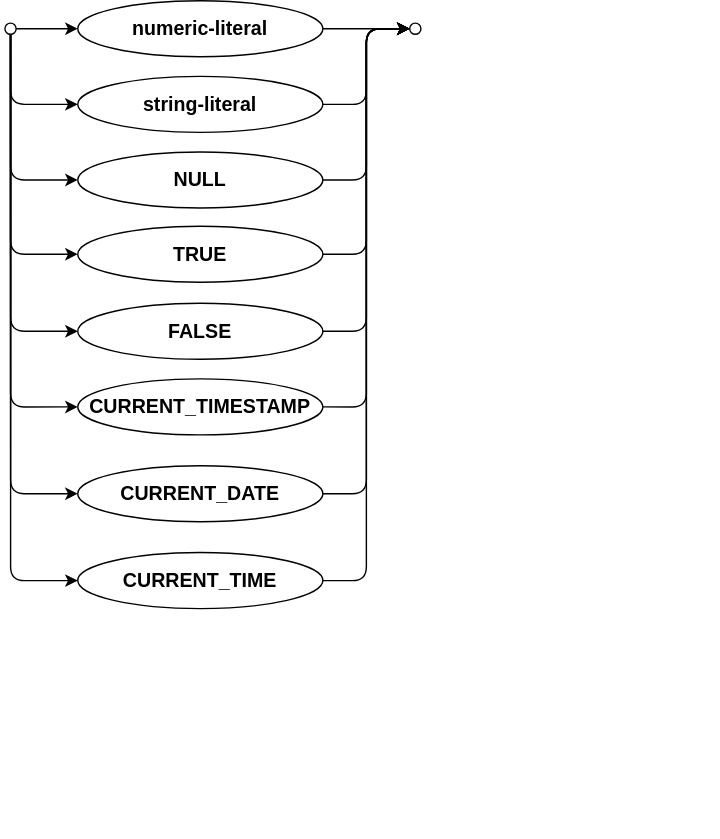
This is assets/cxl/literal-value.drawio.svg from capire/docs, a draw.io export, as it was before one commit. Source tidied: cells renumbered, new cells last; positions are measured from the earlier drawing's top-left corner, leaving out a move shared by most shapes.
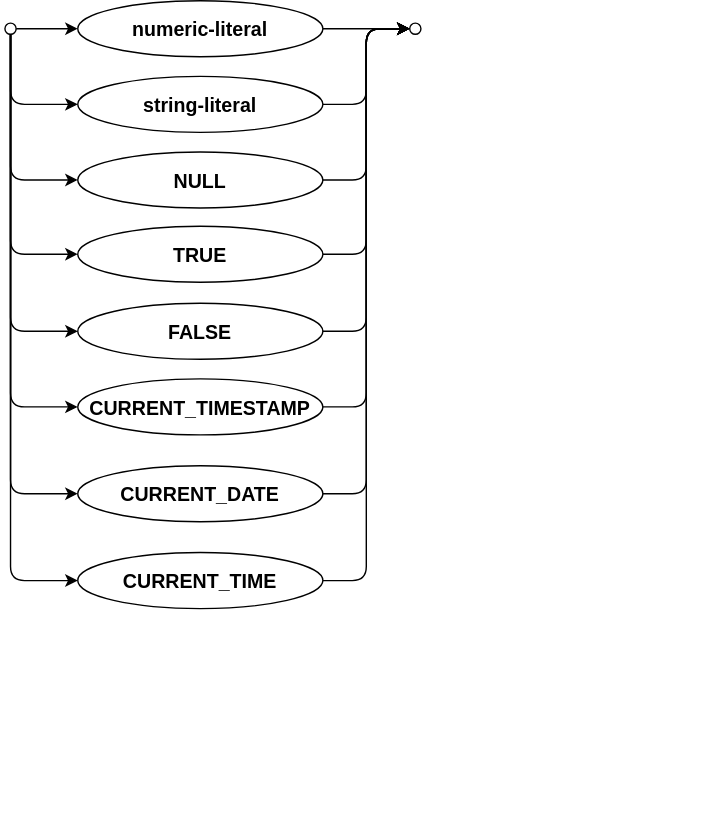
After the commit.

Change to the diagram source:
```diff
@@ -5,86 +5,86 @@
     <mxCell id="2" value="Best viewed with the &lt;a href=&quot;https://github.com/ariel-bentu/tam-drawio&quot;&gt;TAM plugin&lt;/a&gt;" style="text;html=1;shape=tamPluginMissing;" parent="1" vertex="1">
       <mxGeometry x="310" y="573" width="200" height="25" as="geometry" />
     </mxCell>
-    <mxCell id="3" style="edgeStyle=none;html=1;strokeWidth=1;fontSize=14;verticalAlign=middle;fontStyle=1;textDirection=ltr;entryX=0;entryY=0.5;entryDx=0;entryDy=0;" parent="1" edge="1" source="4" target="11">
+    <mxCell id="3" style="edgeStyle=none;strokeWidth=1;fontSize=14;verticalAlign=middle;fontStyle=1;textDirection=ltr;entryX=0;entryY=0.5;entryDx=0;entryDy=0;" parent="1" edge="1" source="4" target="11">
       <mxGeometry relative="1" as="geometry" />
     </mxCell>
-    <mxCell id="4" style="ellipse;whiteSpace=wrap;html=1;strokeWidth=1;fontSize=14;verticalAlign=middle;fontStyle=1;textDirection=ltr;" parent="1" vertex="1">
+    <mxCell id="4" style="ellipse;strokeWidth=1;fontSize=14;verticalAlign=middle;fontStyle=1;textDirection=ltr;" parent="1" vertex="1">
       <mxGeometry y="16" width="8" height="8" as="geometry" />
     </mxCell>
-    <mxCell id="5" style="edgeStyle=elbowEdgeStyle;html=1;labelBackgroundColor=none;rounded=1;elbow=horizontal;endArrow=classic;endFill=1;align=center;exitX=0.5;exitY=1;exitDx=0;exitDy=0;entryX=0;entryY=0.5;entryDx=0;entryDy=0;strokeWidth=1;fontSize=14;verticalAlign=middle;fontStyle=1;textDirection=ltr;" parent="1" edge="1" source="4" target="7">
+    <mxCell id="5" style="edgeStyle=elbowEdgeStyle;labelBackgroundColor=none;rounded=1;elbow=horizontal;endArrow=classic;endFill=1;align=center;exitX=0.5;exitY=1;exitDx=0;exitDy=0;entryX=0;entryY=0.5;entryDx=0;entryDy=0;strokeWidth=1;fontSize=14;verticalAlign=middle;fontStyle=1;textDirection=ltr;" parent="1" edge="1" source="4" target="7">
       <mxGeometry relative="1" as="geometry">
         <Array as="points">
           <mxPoint x="4" y="57" />
         </Array>
       </mxGeometry>
     </mxCell>
-    <mxCell id="6" style="ellipse;whiteSpace=wrap;html=1;strokeWidth=1;fontSize=14;verticalAlign=middle;fontStyle=1;textDirection=ltr;" parent="1" vertex="1">
+    <mxCell id="6" style="ellipse;strokeWidth=1;fontSize=14;verticalAlign=middle;fontStyle=1;textDirection=ltr;" parent="1" vertex="1">
       <mxGeometry x="289" y="16" width="8" height="8" as="geometry" />
     </mxCell>
-    <mxCell id="7" value="&lt;span style=&quot;color: rgb(0, 0, 0);&quot;&gt;string-literal&lt;/span&gt;" style="ellipse;whiteSpace=wrap;html=1;align=center;newEdgeStyle={&quot;edgeStyle&quot;:&quot;entityRelationEdgeStyle&quot;,&quot;startArrow&quot;:&quot;none&quot;,&quot;endArrow&quot;:&quot;none&quot;,&quot;segment&quot;:10,&quot;curved&quot;:1,&quot;sourcePerimeterSpacing&quot;:0,&quot;targetPerimeterSpacing&quot;:0};strokeWidth=1;fontSize=14;verticalAlign=middle;fontStyle=1;textDirection=ltr;" parent="1" vertex="1">
+    <mxCell id="7" value="string-literal" style="ellipse;align=center;newEdgeStyle={&quot;edgeStyle&quot;:&quot;entityRelationEdgeStyle&quot;,&quot;startArrow&quot;:&quot;none&quot;,&quot;endArrow&quot;:&quot;none&quot;,&quot;segment&quot;:10,&quot;curved&quot;:1,&quot;sourcePerimeterSpacing&quot;:0,&quot;targetPerimeterSpacing&quot;:0};strokeWidth=1;fontSize=14;verticalAlign=middle;fontStyle=1;textDirection=ltr;" parent="1" vertex="1">
       <mxGeometry x="52" y="54" width="175" height="40" as="geometry" />
     </mxCell>
-    <mxCell id="8" value="NULL" style="ellipse;whiteSpace=wrap;html=1;align=center;newEdgeStyle={&quot;edgeStyle&quot;:&quot;entityRelationEdgeStyle&quot;,&quot;startArrow&quot;:&quot;none&quot;,&quot;endArrow&quot;:&quot;none&quot;,&quot;segment&quot;:10,&quot;curved&quot;:1,&quot;sourcePerimeterSpacing&quot;:0,&quot;targetPerimeterSpacing&quot;:0};strokeWidth=1;fontSize=14;verticalAlign=middle;fontStyle=1;textDirection=ltr;" parent="1" vertex="1">
+    <mxCell id="8" value="NULL" style="ellipse;align=center;newEdgeStyle={&quot;edgeStyle&quot;:&quot;entityRelationEdgeStyle&quot;,&quot;startArrow&quot;:&quot;none&quot;,&quot;endArrow&quot;:&quot;none&quot;,&quot;segment&quot;:10,&quot;curved&quot;:1,&quot;sourcePerimeterSpacing&quot;:0,&quot;targetPerimeterSpacing&quot;:0};strokeWidth=1;fontSize=14;verticalAlign=middle;fontStyle=1;textDirection=ltr;" parent="1" vertex="1">
       <mxGeometry x="52" y="108" width="175" height="40" as="geometry" />
     </mxCell>
-    <mxCell id="9" style="edgeStyle=orthogonalEdgeStyle;rounded=1;jettySize=auto;html=1;exitX=0.5;exitY=1;exitDx=0;exitDy=0;entryX=0;entryY=0.5;entryDx=0;entryDy=0;startArrow=none;startFill=0;endArrow=classic;endFill=1;startSize=6;endSize=6;align=center;fontSize=14;labelBackgroundColor=none;strokeWidth=1;verticalAlign=middle;fontStyle=1;textDirection=ltr;" parent="1" edge="1" source="4" target="8">
+    <mxCell id="9" style="edgeStyle=orthogonalEdgeStyle;rounded=1;jettySize=auto;exitX=0.5;exitY=1;exitDx=0;exitDy=0;entryX=0;entryY=0.5;entryDx=0;entryDy=0;startArrow=none;startFill=0;endArrow=classic;endFill=1;startSize=6;endSize=6;align=center;fontSize=14;labelBackgroundColor=none;strokeWidth=1;verticalAlign=middle;fontStyle=1;textDirection=ltr;" parent="1" edge="1" source="4" target="8">
       <mxGeometry relative="1" as="geometry" />
     </mxCell>
-    <mxCell id="10" style="edgeStyle=entityRelationEdgeStyle;html=1;startArrow=none;endArrow=classic;segment=10;curved=1;sourcePerimeterSpacing=0;targetPerimeterSpacing=0;endFill=1;fontSize=14;fontStyle=1;" parent="1" edge="1" source="11" target="6">
+    <mxCell id="10" style="edgeStyle=entityRelationEdgeStyle;startArrow=none;endArrow=classic;segment=10;curved=1;sourcePerimeterSpacing=0;targetPerimeterSpacing=0;endFill=1;fontSize=14;fontStyle=1;" parent="1" edge="1" source="11" target="6">
       <mxGeometry relative="1" as="geometry" />
     </mxCell>
-    <mxCell id="11" value="&lt;span style=&quot;color: rgb(0, 0, 0);&quot;&gt;numeric-literal&lt;/span&gt;" style="ellipse;html=1;align=center;newEdgeStyle={&quot;edgeStyle&quot;:&quot;entityRelationEdgeStyle&quot;,&quot;startArrow&quot;:&quot;none&quot;,&quot;endArrow&quot;:&quot;none&quot;,&quot;segment&quot;:10,&quot;curved&quot;:1,&quot;sourcePerimeterSpacing&quot;:0,&quot;targetPerimeterSpacing&quot;:0};strokeWidth=1;fontSize=14;verticalAlign=middle;fontStyle=1;textDirection=ltr;whiteSpace=wrap;spacing=3;" parent="1" vertex="1">
+    <mxCell id="11" value="numeric-literal" style="ellipse;align=center;newEdgeStyle={&quot;edgeStyle&quot;:&quot;entityRelationEdgeStyle&quot;,&quot;startArrow&quot;:&quot;none&quot;,&quot;endArrow&quot;:&quot;none&quot;,&quot;segment&quot;:10,&quot;curved&quot;:1,&quot;sourcePerimeterSpacing&quot;:0,&quot;targetPerimeterSpacing&quot;:0};strokeWidth=1;fontSize=14;verticalAlign=middle;fontStyle=1;textDirection=ltr;spacing=3;" parent="1" vertex="1">
       <mxGeometry x="52" width="175" height="40" as="geometry" />
     </mxCell>
-    <mxCell id="12" style="edgeStyle=orthogonalEdgeStyle;rounded=1;jettySize=auto;html=1;exitX=1;exitY=0.5;exitDx=0;exitDy=0;entryX=0;entryY=0.5;entryDx=0;entryDy=0;startArrow=none;startFill=0;endArrow=classic;endFill=1;startSize=6;endSize=6;align=center;fontSize=14;labelBackgroundColor=none;fontStyle=1;" parent="1" edge="1" source="8" target="6">
+    <mxCell id="12" style="edgeStyle=orthogonalEdgeStyle;rounded=1;jettySize=auto;exitX=1;exitY=0.5;exitDx=0;exitDy=0;entryX=0;entryY=0.5;entryDx=0;entryDy=0;startArrow=none;startFill=0;endArrow=classic;endFill=1;startSize=6;endSize=6;align=center;fontSize=14;labelBackgroundColor=none;fontStyle=1;" parent="1" edge="1" source="8" target="6">
       <mxGeometry relative="1" as="geometry" />
     </mxCell>
-    <mxCell id="13" style="edgeStyle=orthogonalEdgeStyle;rounded=1;jettySize=auto;html=1;exitX=1;exitY=0.5;exitDx=0;exitDy=0;entryX=0;entryY=0.5;entryDx=0;entryDy=0;startArrow=none;startFill=0;endArrow=classic;endFill=1;startSize=6;endSize=6;align=center;fontSize=14;labelBackgroundColor=none;fontStyle=1;" parent="1" edge="1" source="7" target="6">
+    <mxCell id="13" style="edgeStyle=orthogonalEdgeStyle;rounded=1;jettySize=auto;exitX=1;exitY=0.5;exitDx=0;exitDy=0;entryX=0;entryY=0.5;entryDx=0;entryDy=0;startArrow=none;startFill=0;endArrow=classic;endFill=1;startSize=6;endSize=6;align=center;fontSize=14;labelBackgroundColor=none;fontStyle=1;" parent="1" edge="1" source="7" target="6">
       <mxGeometry relative="1" as="geometry" />
     </mxCell>
-    <mxCell id="14" value="TRUE" style="ellipse;whiteSpace=wrap;html=1;align=center;newEdgeStyle={&quot;edgeStyle&quot;:&quot;entityRelationEdgeStyle&quot;,&quot;startArrow&quot;:&quot;none&quot;,&quot;endArrow&quot;:&quot;none&quot;,&quot;segment&quot;:10,&quot;curved&quot;:1,&quot;sourcePerimeterSpacing&quot;:0,&quot;targetPerimeterSpacing&quot;:0};strokeWidth=1;fontSize=14;verticalAlign=middle;fontStyle=1;textDirection=ltr;" parent="1" vertex="1">
+    <mxCell id="14" value="TRUE" style="ellipse;align=center;newEdgeStyle={&quot;edgeStyle&quot;:&quot;entityRelationEdgeStyle&quot;,&quot;startArrow&quot;:&quot;none&quot;,&quot;endArrow&quot;:&quot;none&quot;,&quot;segment&quot;:10,&quot;curved&quot;:1,&quot;sourcePerimeterSpacing&quot;:0,&quot;targetPerimeterSpacing&quot;:0};strokeWidth=1;fontSize=14;verticalAlign=middle;fontStyle=1;textDirection=ltr;" parent="1" vertex="1">
       <mxGeometry x="52" y="161" width="175" height="40" as="geometry" />
     </mxCell>
-    <mxCell id="15" value="FALSE" style="ellipse;whiteSpace=wrap;html=1;align=center;newEdgeStyle={&quot;edgeStyle&quot;:&quot;entityRelationEdgeStyle&quot;,&quot;startArrow&quot;:&quot;none&quot;,&quot;endArrow&quot;:&quot;none&quot;,&quot;segment&quot;:10,&quot;curved&quot;:1,&quot;sourcePerimeterSpacing&quot;:0,&quot;targetPerimeterSpacing&quot;:0};strokeWidth=1;fontSize=14;verticalAlign=middle;fontStyle=1;textDirection=ltr;" parent="1" vertex="1">
+    <mxCell id="15" value="FALSE" style="ellipse;align=center;newEdgeStyle={&quot;edgeStyle&quot;:&quot;entityRelationEdgeStyle&quot;,&quot;startArrow&quot;:&quot;none&quot;,&quot;endArrow&quot;:&quot;none&quot;,&quot;segment&quot;:10,&quot;curved&quot;:1,&quot;sourcePerimeterSpacing&quot;:0,&quot;targetPerimeterSpacing&quot;:0};strokeWidth=1;fontSize=14;verticalAlign=middle;fontStyle=1;textDirection=ltr;" parent="1" vertex="1">
       <mxGeometry x="52" y="216" width="175" height="40" as="geometry" />
     </mxCell>
-    <mxCell id="16" value="CURRENT_TIMESTAMP" style="ellipse;whiteSpace=wrap;html=1;align=center;newEdgeStyle={&quot;edgeStyle&quot;:&quot;entityRelationEdgeStyle&quot;,&quot;startArrow&quot;:&quot;none&quot;,&quot;endArrow&quot;:&quot;none&quot;,&quot;segment&quot;:10,&quot;curved&quot;:1,&quot;sourcePerimeterSpacing&quot;:0,&quot;targetPerimeterSpacing&quot;:0};strokeWidth=1;fontSize=14;verticalAlign=middle;fontStyle=1;textDirection=ltr;" parent="1" vertex="1">
+    <mxCell id="16" value="CURRENT_TIMESTAMP" style="ellipse;align=center;newEdgeStyle={&quot;edgeStyle&quot;:&quot;entityRelationEdgeStyle&quot;,&quot;startArrow&quot;:&quot;none&quot;,&quot;endArrow&quot;:&quot;none&quot;,&quot;segment&quot;:10,&quot;curved&quot;:1,&quot;sourcePerimeterSpacing&quot;:0,&quot;targetPerimeterSpacing&quot;:0};strokeWidth=1;fontSize=14;verticalAlign=middle;fontStyle=1;textDirection=ltr;" parent="1" vertex="1">
       <mxGeometry x="52" y="270" width="175" height="40" as="geometry" />
     </mxCell>
-    <mxCell id="17" style="edgeStyle=orthogonalEdgeStyle;rounded=1;jettySize=auto;html=1;exitX=0.5;exitY=1;exitDx=0;exitDy=0;entryX=0;entryY=0.5;entryDx=0;entryDy=0;startArrow=none;startFill=0;endArrow=classic;endFill=1;startSize=6;endSize=6;align=center;fontSize=12;labelBackgroundColor=none;" parent="1" edge="1" source="4" target="14">
+    <mxCell id="17" style="edgeStyle=orthogonalEdgeStyle;rounded=1;jettySize=auto;exitX=0.5;exitY=1;exitDx=0;exitDy=0;entryX=0;entryY=0.5;entryDx=0;entryDy=0;startArrow=none;startFill=0;endArrow=classic;endFill=1;startSize=6;endSize=6;align=center;fontSize=12;labelBackgroundColor=none;" parent="1" edge="1" source="4" target="14">
       <mxGeometry relative="1" as="geometry" />
     </mxCell>
-    <mxCell id="18" style="edgeStyle=orthogonalEdgeStyle;rounded=1;jettySize=auto;html=1;exitX=0.5;exitY=1;exitDx=0;exitDy=0;entryX=0;entryY=0.5;entryDx=0;entryDy=0;startArrow=none;startFill=0;endArrow=classic;endFill=1;startSize=6;endSize=6;align=center;fontSize=12;labelBackgroundColor=none;" parent="1" edge="1" source="4" target="15">
+    <mxCell id="18" style="edgeStyle=orthogonalEdgeStyle;rounded=1;jettySize=auto;exitX=0.5;exitY=1;exitDx=0;exitDy=0;entryX=0;entryY=0.5;entryDx=0;entryDy=0;startArrow=none;startFill=0;endArrow=classic;endFill=1;startSize=6;endSize=6;align=center;fontSize=12;labelBackgroundColor=none;" parent="1" edge="1" source="4" target="15">
       <mxGeometry relative="1" as="geometry" />
     </mxCell>
-    <mxCell id="19" style="edgeStyle=orthogonalEdgeStyle;rounded=1;jettySize=auto;html=1;exitX=0.5;exitY=1;exitDx=0;exitDy=0;entryX=0;entryY=0.5;entryDx=0;entryDy=0;startArrow=none;startFill=0;endArrow=classic;endFill=1;startSize=6;endSize=6;align=center;fontSize=12;labelBackgroundColor=none;" parent="1" edge="1" source="4" target="16">
+    <mxCell id="19" style="edgeStyle=orthogonalEdgeStyle;rounded=1;jettySize=auto;exitX=0.5;exitY=1;exitDx=0;exitDy=0;entryX=0;entryY=0.5;entryDx=0;entryDy=0;startArrow=none;startFill=0;endArrow=classic;endFill=1;startSize=6;endSize=6;align=center;fontSize=12;labelBackgroundColor=none;" parent="1" edge="1" source="4" target="16">
       <mxGeometry relative="1" as="geometry" />
     </mxCell>
-    <mxCell id="20" style="edgeStyle=orthogonalEdgeStyle;rounded=1;jettySize=auto;html=1;exitX=0.5;exitY=1;exitDx=0;exitDy=0;entryX=0;entryY=0.5;entryDx=0;entryDy=0;startArrow=none;startFill=0;endArrow=classic;endFill=1;startSize=6;endSize=6;align=center;fontSize=12;labelBackgroundColor=none;" parent="1" edge="1" source="4" target="22">
+    <mxCell id="20" style="edgeStyle=orthogonalEdgeStyle;rounded=1;jettySize=auto;exitX=0.5;exitY=1;exitDx=0;exitDy=0;entryX=0;entryY=0.5;entryDx=0;entryDy=0;startArrow=none;startFill=0;endArrow=classic;endFill=1;startSize=6;endSize=6;align=center;fontSize=12;labelBackgroundColor=none;" parent="1" edge="1" source="4" target="22">
       <mxGeometry relative="1" as="geometry" />
     </mxCell>
-    <mxCell id="21" style="edgeStyle=orthogonalEdgeStyle;rounded=1;jettySize=auto;html=1;exitX=0.5;exitY=1;exitDx=0;exitDy=0;entryX=0;entryY=0.5;entryDx=0;entryDy=0;startArrow=none;startFill=0;endArrow=classic;endFill=1;startSize=6;endSize=6;align=center;fontSize=12;labelBackgroundColor=none;" parent="1" edge="1" source="4" target="23">
+    <mxCell id="21" style="edgeStyle=orthogonalEdgeStyle;rounded=1;jettySize=auto;exitX=0.5;exitY=1;exitDx=0;exitDy=0;entryX=0;entryY=0.5;entryDx=0;entryDy=0;startArrow=none;startFill=0;endArrow=classic;endFill=1;startSize=6;endSize=6;align=center;fontSize=12;labelBackgroundColor=none;" parent="1" edge="1" source="4" target="23">
       <mxGeometry relative="1" as="geometry" />
     </mxCell>
-    <mxCell id="22" value="CURRENT_DATE" style="ellipse;whiteSpace=wrap;html=1;align=center;newEdgeStyle={&quot;edgeStyle&quot;:&quot;entityRelationEdgeStyle&quot;,&quot;startArrow&quot;:&quot;none&quot;,&quot;endArrow&quot;:&quot;none&quot;,&quot;segment&quot;:10,&quot;curved&quot;:1,&quot;sourcePerimeterSpacing&quot;:0,&quot;targetPerimeterSpacing&quot;:0};strokeWidth=1;fontSize=14;verticalAlign=middle;fontStyle=1;textDirection=ltr;" parent="1" vertex="1">
+    <mxCell id="22" value="CURRENT_DATE" style="ellipse;align=center;newEdgeStyle={&quot;edgeStyle&quot;:&quot;entityRelationEdgeStyle&quot;,&quot;startArrow&quot;:&quot;none&quot;,&quot;endArrow&quot;:&quot;none&quot;,&quot;segment&quot;:10,&quot;curved&quot;:1,&quot;sourcePerimeterSpacing&quot;:0,&quot;targetPerimeterSpacing&quot;:0};strokeWidth=1;fontSize=14;verticalAlign=middle;fontStyle=1;textDirection=ltr;" parent="1" vertex="1">
       <mxGeometry x="52" y="332" width="175" height="40" as="geometry" />
     </mxCell>
-    <mxCell id="23" value="CURRENT_TIME" style="ellipse;whiteSpace=wrap;html=1;align=center;newEdgeStyle={&quot;edgeStyle&quot;:&quot;entityRelationEdgeStyle&quot;,&quot;startArrow&quot;:&quot;none&quot;,&quot;endArrow&quot;:&quot;none&quot;,&quot;segment&quot;:10,&quot;curved&quot;:1,&quot;sourcePerimeterSpacing&quot;:0,&quot;targetPerimeterSpacing&quot;:0};strokeWidth=1;fontSize=14;verticalAlign=middle;fontStyle=1;textDirection=ltr;" parent="1" vertex="1">
+    <mxCell id="23" value="CURRENT_TIME" style="ellipse;align=center;newEdgeStyle={&quot;edgeStyle&quot;:&quot;entityRelationEdgeStyle&quot;,&quot;startArrow&quot;:&quot;none&quot;,&quot;endArrow&quot;:&quot;none&quot;,&quot;segment&quot;:10,&quot;curved&quot;:1,&quot;sourcePerimeterSpacing&quot;:0,&quot;targetPerimeterSpacing&quot;:0};strokeWidth=1;fontSize=14;verticalAlign=middle;fontStyle=1;textDirection=ltr;" parent="1" vertex="1">
       <mxGeometry x="52" y="394" width="175" height="40" as="geometry" />
     </mxCell>
-    <mxCell id="24" style="edgeStyle=orthogonalEdgeStyle;rounded=1;jettySize=auto;html=1;exitX=1;exitY=0.5;exitDx=0;exitDy=0;entryX=0;entryY=0.5;entryDx=0;entryDy=0;startArrow=none;startFill=0;endArrow=classic;endFill=1;startSize=6;endSize=6;align=center;fontSize=12;labelBackgroundColor=none;" parent="1" edge="1" source="16" target="6">
+    <mxCell id="24" style="edgeStyle=orthogonalEdgeStyle;rounded=1;jettySize=auto;exitX=1;exitY=0.5;exitDx=0;exitDy=0;entryX=0;entryY=0.5;entryDx=0;entryDy=0;startArrow=none;startFill=0;endArrow=classic;endFill=1;startSize=6;endSize=6;align=center;fontSize=12;labelBackgroundColor=none;" parent="1" edge="1" source="16" target="6">
       <mxGeometry relative="1" as="geometry" />
     </mxCell>
-    <mxCell id="25" style="edgeStyle=orthogonalEdgeStyle;rounded=1;jettySize=auto;html=1;exitX=1;exitY=0.5;exitDx=0;exitDy=0;entryX=0;entryY=0.5;entryDx=0;entryDy=0;startArrow=none;startFill=0;endArrow=classic;endFill=1;startSize=6;endSize=6;align=center;fontSize=12;labelBackgroundColor=none;" parent="1" edge="1" source="22" target="6">
+    <mxCell id="25" style="edgeStyle=orthogonalEdgeStyle;rounded=1;jettySize=auto;exitX=1;exitY=0.5;exitDx=0;exitDy=0;entryX=0;entryY=0.5;entryDx=0;entryDy=0;startArrow=none;startFill=0;endArrow=classic;endFill=1;startSize=6;endSize=6;align=center;fontSize=12;labelBackgroundColor=none;" parent="1" edge="1" source="22" target="6">
       <mxGeometry relative="1" as="geometry" />
     </mxCell>
-    <mxCell id="26" style="edgeStyle=orthogonalEdgeStyle;rounded=1;jettySize=auto;html=1;exitX=1;exitY=0.5;exitDx=0;exitDy=0;entryX=0;entryY=0.5;entryDx=0;entryDy=0;startArrow=none;startFill=0;endArrow=classic;endFill=1;startSize=6;endSize=6;align=center;fontSize=12;labelBackgroundColor=none;" parent="1" edge="1" source="23" target="6">
+    <mxCell id="26" style="edgeStyle=orthogonalEdgeStyle;rounded=1;jettySize=auto;exitX=1;exitY=0.5;exitDx=0;exitDy=0;entryX=0;entryY=0.5;entryDx=0;entryDy=0;startArrow=none;startFill=0;endArrow=classic;endFill=1;startSize=6;endSize=6;align=center;fontSize=12;labelBackgroundColor=none;" parent="1" edge="1" source="23" target="6">
       <mxGeometry relative="1" as="geometry" />
     </mxCell>
-    <mxCell id="27" style="edgeStyle=orthogonalEdgeStyle;rounded=1;jettySize=auto;html=1;exitX=1;exitY=0.5;exitDx=0;exitDy=0;entryX=0;entryY=0.5;entryDx=0;entryDy=0;startArrow=none;startFill=0;endArrow=classic;endFill=1;startSize=6;endSize=6;align=center;fontSize=12;labelBackgroundColor=none;" parent="1" edge="1" source="14" target="6">
+    <mxCell id="27" style="edgeStyle=orthogonalEdgeStyle;rounded=1;jettySize=auto;exitX=1;exitY=0.5;exitDx=0;exitDy=0;entryX=0;entryY=0.5;entryDx=0;entryDy=0;startArrow=none;startFill=0;endArrow=classic;endFill=1;startSize=6;endSize=6;align=center;fontSize=12;labelBackgroundColor=none;" parent="1" edge="1" source="14" target="6">
       <mxGeometry relative="1" as="geometry" />
     </mxCell>
-    <mxCell id="28" style="edgeStyle=orthogonalEdgeStyle;rounded=1;jettySize=auto;html=1;exitX=1;exitY=0.5;exitDx=0;exitDy=0;entryX=0;entryY=0.5;entryDx=0;entryDy=0;startArrow=none;startFill=0;endArrow=classic;endFill=1;startSize=6;endSize=6;align=center;fontSize=12;labelBackgroundColor=none;" parent="1" edge="1" source="15" target="6">
+    <mxCell id="28" style="edgeStyle=orthogonalEdgeStyle;rounded=1;jettySize=auto;exitX=1;exitY=0.5;exitDx=0;exitDy=0;entryX=0;entryY=0.5;entryDx=0;entryDy=0;startArrow=none;startFill=0;endArrow=classic;endFill=1;startSize=6;endSize=6;align=center;fontSize=12;labelBackgroundColor=none;" parent="1" edge="1" source="15" target="6">
       <mxGeometry relative="1" as="geometry" />
     </mxCell>
   </root>
```
